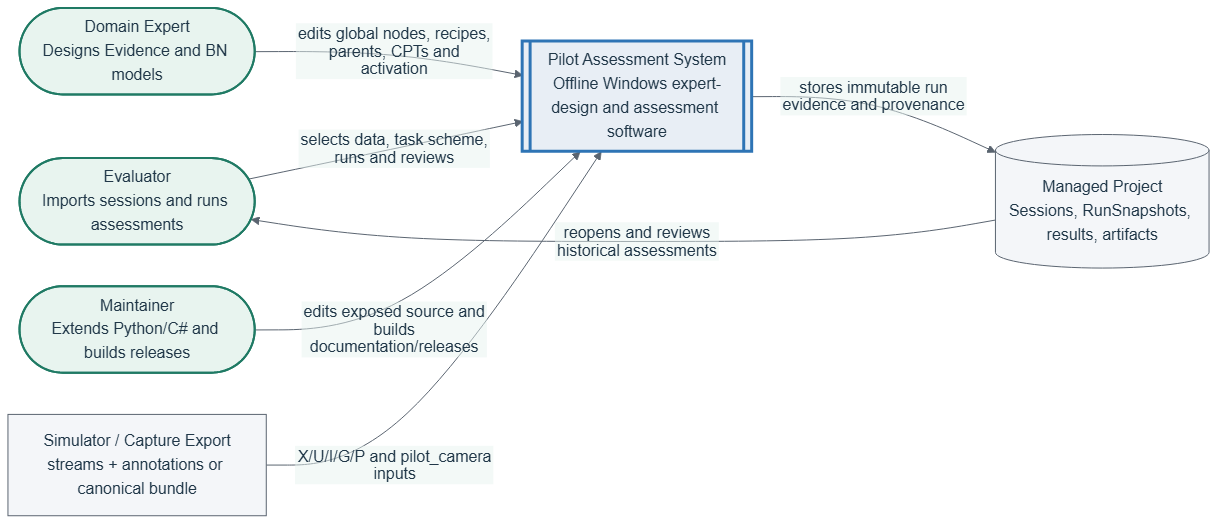
Earlier version of the Mermaid export docs/product/manuals/assets/diagrams/c4-system-context.png (Foreverlongdamai/pilot-assessment-AI-system). Its source is kept beside it as docs/product/manuals/assets/diagrams/c4-system-context.mmd. The source it was exported from:
```mermaid
flowchart LR
    evaluator(["Evaluator\nImports sessions and runs assessments"])
    expert(["Domain Expert\nDesigns Evidence and BN models"])
    maintainer(["Maintainer\nExtends Python/C# and builds releases"])
    simulator["Simulator / Capture Export\nstreams + annotations or canonical bundle"]
    system[["Pilot Assessment System\nOffline Windows expert-design and assessment software"]]
    results[("Managed Project\nSessions, RunSnapshots, results, artifacts")]

    evaluator -->|"selects data, task scheme, runs and reviews"| system
    expert -->|"edits global nodes, recipes, parents, CPTs and activation"| system
    maintainer -->|"edits exposed source and builds documentation/releases"| system
    simulator -->|"X/U/I/G/P and pilot_camera inputs"| system
    system -->|"stores immutable run evidence and provenance"| results
    results -->|"reopens and reviews historical assessments"| evaluator

    classDef person fill:#E8F4EF,stroke:#1F7A64,color:#203748,stroke-width:2px;
    classDef system fill:#E8EEF5,stroke:#2E74B5,color:#203748,stroke-width:3px;
    classDef external fill:#F4F6F9,stroke:#5A6470,color:#203748;
    class evaluator,expert,maintainer person;
    class system system;
    class simulator,results external;
```
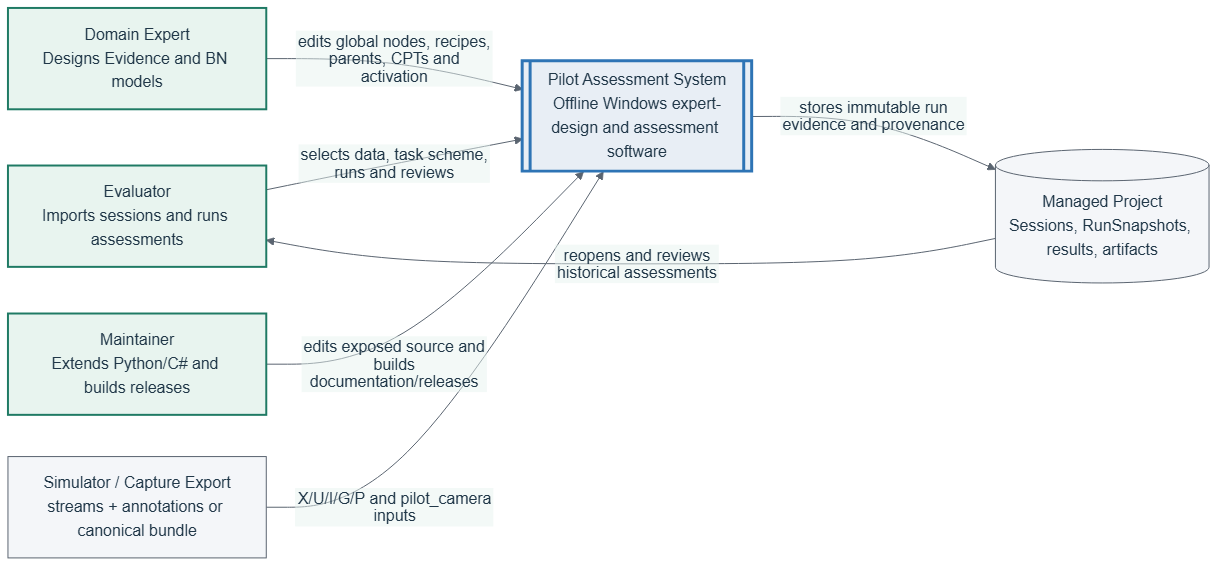
Above is the later version.

What changed in the source:
```diff
@@ -1,7 +1,7 @@
 flowchart LR
-    evaluator(["Evaluator\nImports sessions and runs assessments"])
-    expert(["Domain Expert\nDesigns Evidence and BN models"])
-    maintainer(["Maintainer\nExtends Python/C# and builds releases"])
+    evaluator["Evaluator\nImports sessions and runs assessments"]
+    expert["Domain Expert\nDesigns Evidence and BN models"]
+    maintainer["Maintainer\nExtends Python/C# and builds releases"]
     simulator["Simulator / Capture Export\nstreams + annotations or canonical bundle"]
     system[["Pilot Assessment System\nOffline Windows expert-design and assessment software"]]
     results[("Managed Project\nSessions, RunSnapshots, results, artifacts")]
```
